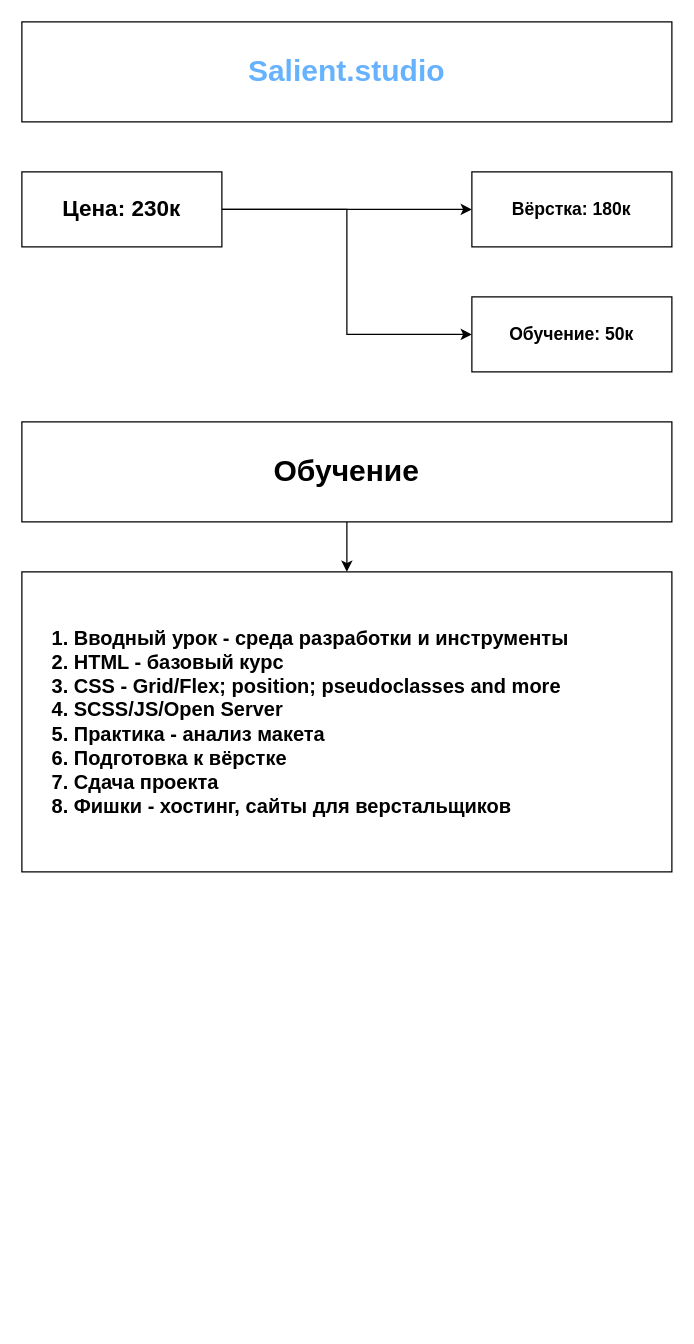
Earlier version of the draw.io diagram klep.drawio (Matrasos/Klepikovskii). Source tidied: cells renumbered, new cells numbered last; positions are measured from the earlier drawing's top-left corner, leaving out a move shared by most shapes. Both pictures are drawn from the tidied source at 125%, with x=0, y=0 at pixel (21, 21).
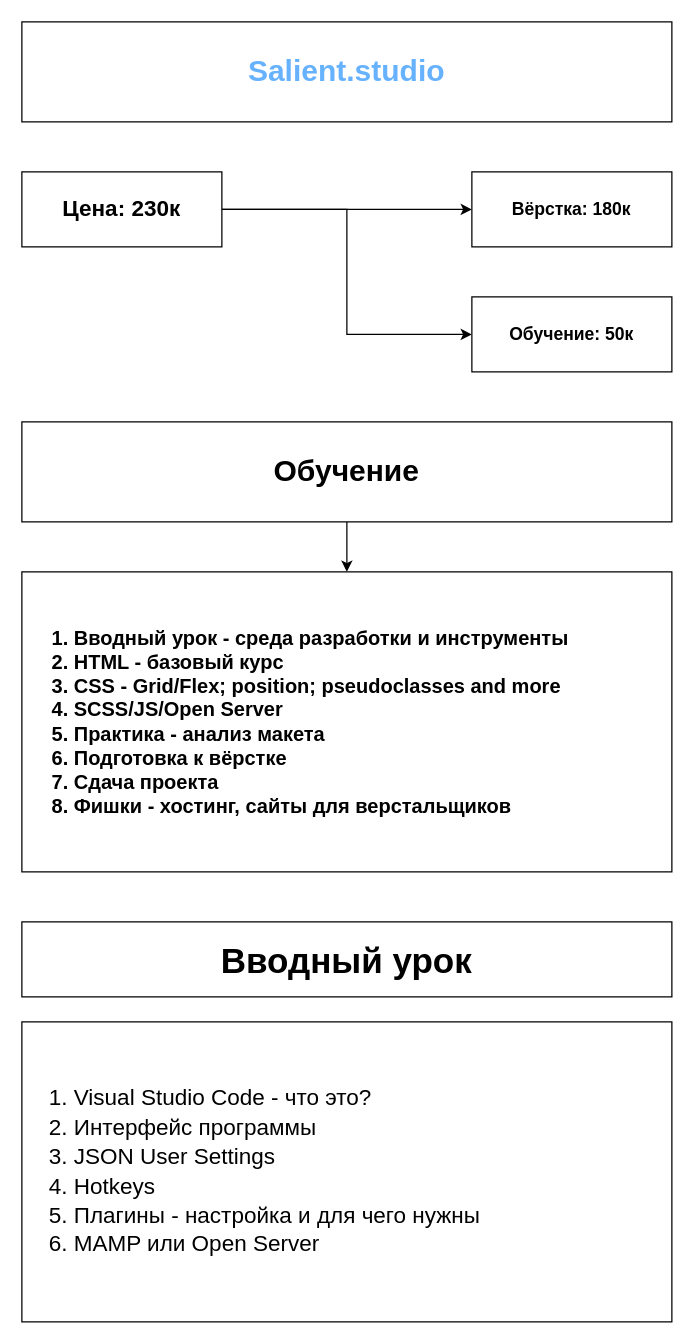
After the change.

Diff of the diagram source:
```diff
@@
 <mxGraphModel>
   <root>
     <mxCell id="0" />
     <mxCell id="1" parent="0" />
     <mxCell id="2" value="&lt;h1&gt;&lt;font color=&quot;#66b2ff&quot;&gt;Salient.studio&lt;/font&gt;&lt;/h1&gt;" style="rounded=0;whiteSpace=wrap;html=1;strokeColor=default;" parent="1" vertex="1">
       <mxGeometry width="520" height="80" as="geometry" />
     </mxCell>
     <mxCell id="3" style="edgeStyle=orthogonalEdgeStyle;rounded=0;jettySize=auto;html=1;entryX=0;entryY=0.5;entryDx=0;entryDy=0;" parent="1" edge="1" source="5" target="6">
       <mxGeometry relative="1" as="geometry" />
     </mxCell>
     <mxCell id="4" style="edgeStyle=orthogonalEdgeStyle;rounded=0;jettySize=auto;html=1;entryX=0;entryY=0.5;entryDx=0;entryDy=0;" parent="1" edge="1" source="5" target="7">
       <mxGeometry relative="1" as="geometry" />
     </mxCell>
     <mxCell id="5" value="&lt;h2&gt;Цена: 230к&lt;/h2&gt;" style="rounded=0;whiteSpace=wrap;html=1;" parent="1" vertex="1">
       <mxGeometry y="120" width="160" height="60" as="geometry" />
     </mxCell>
     <mxCell id="6" value="&lt;h3&gt;Вёрстка: 180к&lt;/h3&gt;" style="rounded=0;whiteSpace=wrap;html=1;" parent="1" vertex="1">
       <mxGeometry x="360" y="120" width="160" height="60" as="geometry" />
     </mxCell>
     <mxCell id="7" value="&lt;h3&gt;Обучение: 50к&lt;/h3&gt;" style="rounded=0;whiteSpace=wrap;html=1;" parent="1" vertex="1">
       <mxGeometry x="360" y="220" width="160" height="60" as="geometry" />
     </mxCell>
     <mxCell id="8" style="edgeStyle=orthogonalEdgeStyle;rounded=0;jettySize=auto;html=1;entryX=0.5;entryY=0;entryDx=0;entryDy=0;" parent="1" edge="1" source="9" target="10">
       <mxGeometry relative="1" as="geometry" />
     </mxCell>
     <mxCell id="9" value="&lt;h1&gt;Обучение&lt;/h1&gt;" style="rounded=0;whiteSpace=wrap;html=1;" parent="1" vertex="1">
       <mxGeometry y="320" width="520" height="80" as="geometry" />
     </mxCell>
     <mxCell id="10" value="&lt;h3 style=&quot;font-size: 16px;&quot;&gt;&lt;ol&gt;&lt;li&gt;Вводный урок - среда разработки и инструменты&lt;/li&gt;&lt;li&gt;HTML - базовый курс&lt;/li&gt;&lt;li&gt;CSS - Grid/Flex; position; pseudoclasses and more&lt;/li&gt;&lt;li&gt;SCSS/JS/Open Server&lt;/li&gt;&lt;li&gt;Практика - анализ макета&lt;/li&gt;&lt;li&gt;Подготовка к вёрстке&amp;nbsp;&lt;/li&gt;&lt;li&gt;Сдача проекта&lt;/li&gt;&lt;li&gt;Фишки - хостинг, сайты для верстальщиков&lt;/li&gt;&lt;/ol&gt;&lt;/h3&gt;" style="rounded=0;whiteSpace=wrap;html=1;align=left;" parent="1" vertex="1">
       <mxGeometry y="440" width="520" height="240" as="geometry" />
     </mxCell>
+    <mxCell id="11" value="&lt;h1&gt;&lt;font style=&quot;font-size: 28px;&quot;&gt;Вводный урок&lt;/font&gt;&lt;/h1&gt;" style="rounded=0;whiteSpace=wrap;html=1;fontSize=16;" parent="1" vertex="1">
+      <mxGeometry y="720" width="520" height="60" as="geometry" />
+    </mxCell>
+    <mxCell id="12" value="&lt;ol style=&quot;font-size: 18px; line-height: 130%;&quot;&gt;&lt;li style=&quot;&quot;&gt;Visual Studio Code - что это?&lt;/li&gt;&lt;li style=&quot;&quot;&gt;Интерфейс программы&lt;br&gt;&lt;/li&gt;&lt;li style=&quot;&quot;&gt;JSON User Settings&lt;/li&gt;&lt;li style=&quot;&quot;&gt;Hotkeys&lt;/li&gt;&lt;li style=&quot;&quot;&gt;Плагины - настройка и для чего нужны&lt;/li&gt;&lt;li style=&quot;&quot;&gt;MAMP или Open Server&lt;/li&gt;&lt;/ol&gt;" style="rounded=0;whiteSpace=wrap;html=1;align=left;" parent="1" vertex="1">
+      <mxGeometry y="800" width="520" height="240" as="geometry" />
+    </mxCell>
   </root>
 </mxGraphModel>
```
